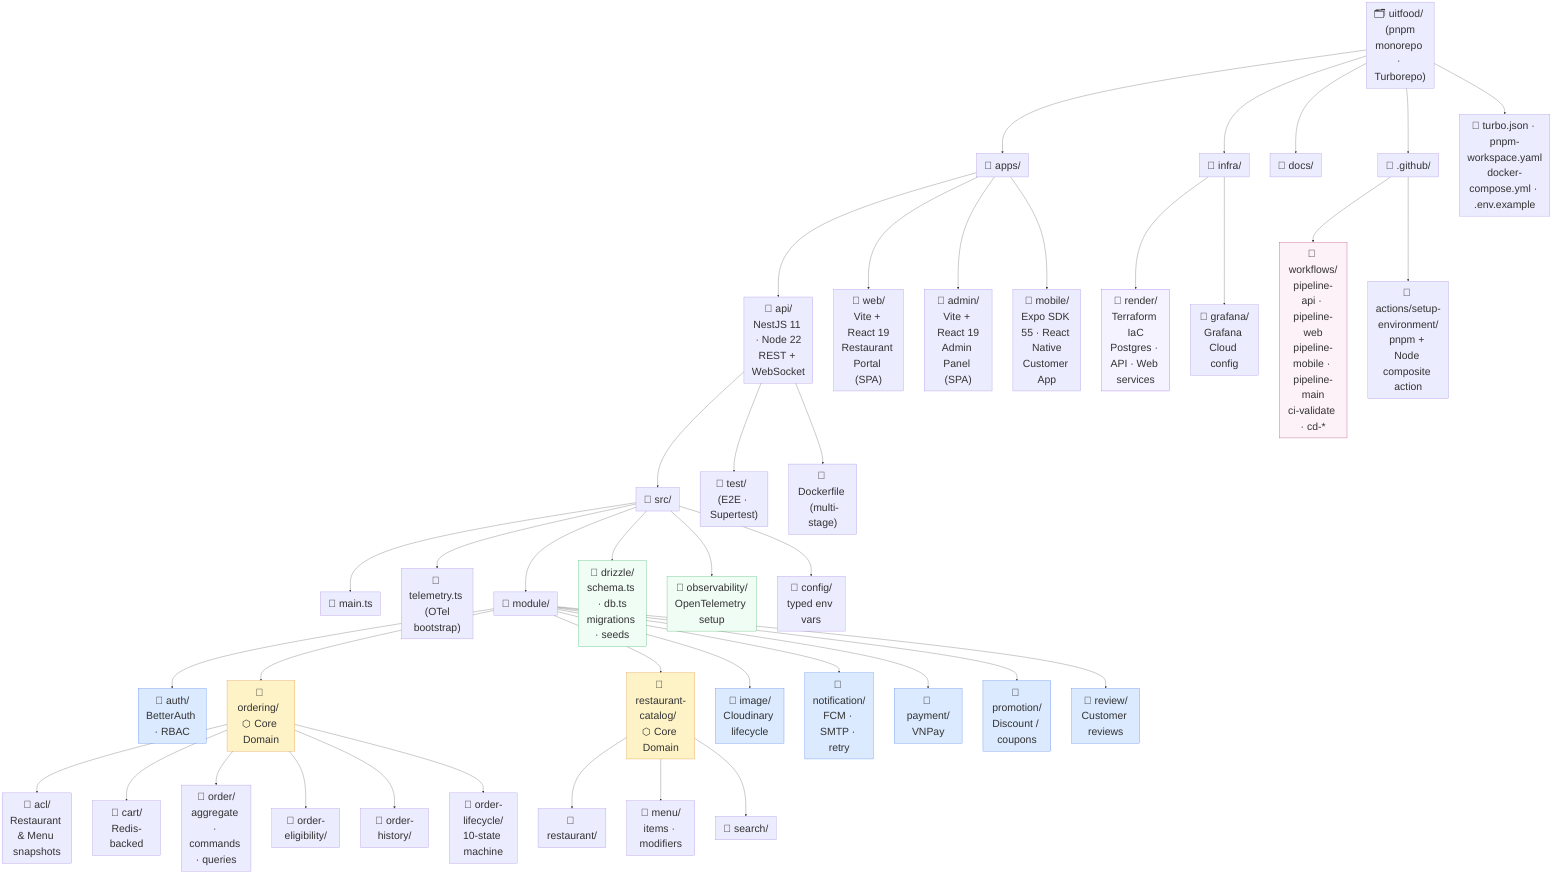
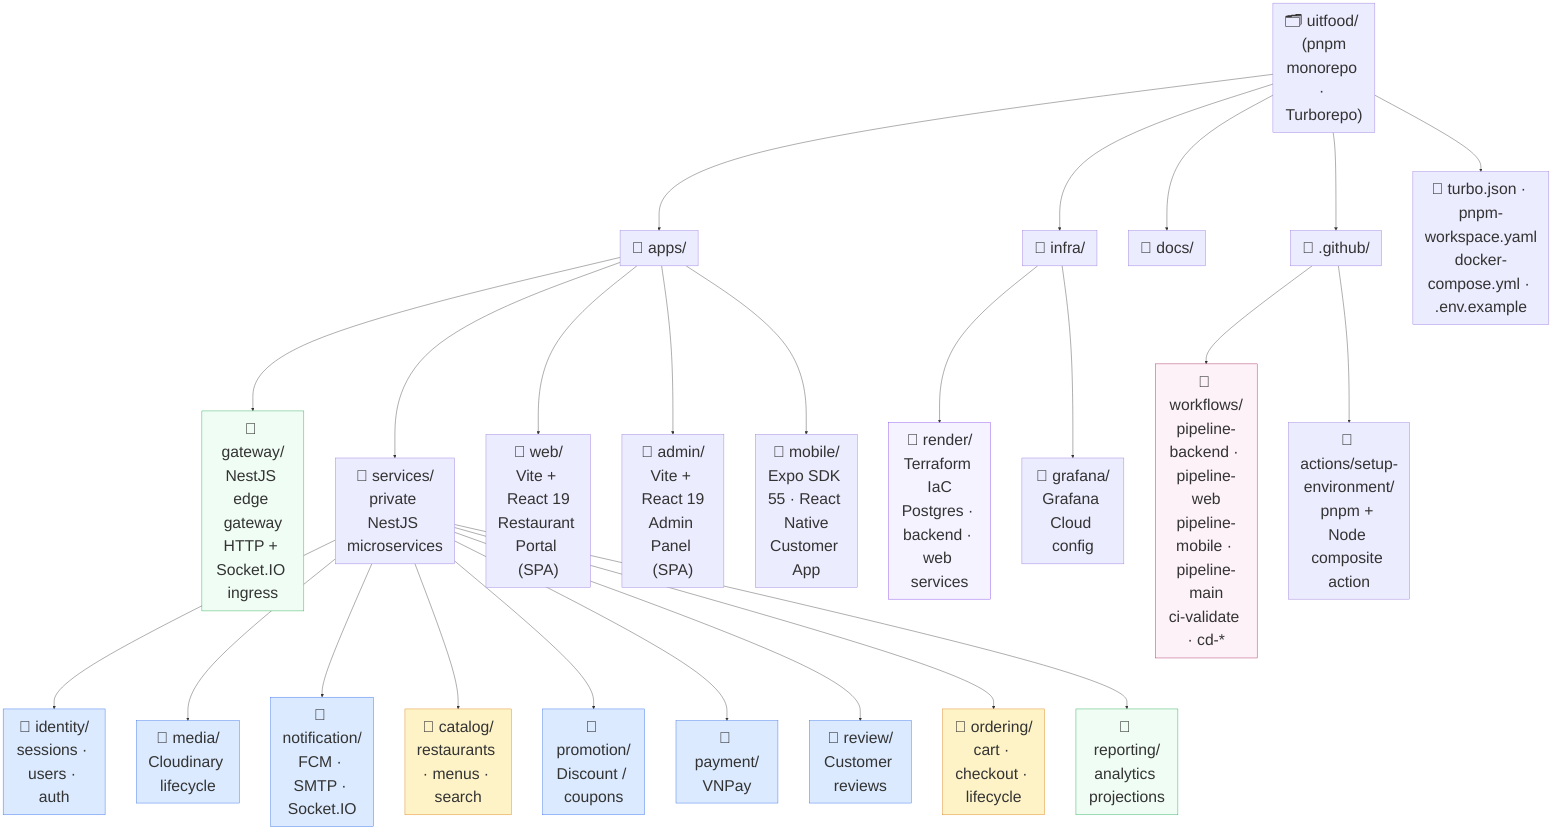
%%{init: {"theme": "default", "themeVariables": {"fontSize": "40px", "fontFamily": "arial"}, "flowchart": {"subGraphTitleMargin": {"top": 60, "bottom": 10}, "nodeSpacing": 80, "rankSpacing": 100}}}%%
graph TD
    ROOT["🗂️ uitfood/  (pnpm monorepo · Turborepo)"]

    ROOT --> APPS["📁 apps/"]
    ROOT --> INFRA["📁 infra/"]
    ROOT --> DOCS["📁 docs/"]
    ROOT --> GH["📁 .github/"]
    ROOT --> CFG_FILES["📄 turbo.json · pnpm-workspace.yaml\ndocker-compose.yml · .env.example"]

    %% ── apps ──────────────────────────────────────────
-     APPS --> API["📁 api/\nNestJS 11 · Node 22\nREST + WebSocket"]
+     APPS --> GATEWAY["📁 gateway/\nNestJS edge gateway\nHTTP + Socket.IO ingress"]
+     APPS --> SERVICES["📁 services/\nprivate NestJS microservices"]
    APPS --> WEB["📁 web/\nVite + React 19\nRestaurant Portal (SPA)"]
    APPS --> ADMIN["📁 admin/\nVite + React 19\nAdmin Panel (SPA)"]
    APPS --> MOBILE["📁 mobile/\nExpo SDK 55 · React Native\nCustomer App"]

-     %% ── api internals ─────────────────────────────────
-     API --> SRC["📁 src/"]
-     API --> TEST["📁 test/  (E2E · Supertest)"]
-     API --> DOCKERFILE["📄 Dockerfile  (multi-stage)"]
- 
-     SRC --> MAIN["📄 main.ts"]
-     SRC --> TELE["📄 telemetry.ts  (OTel bootstrap)"]
-     SRC --> MODULE["📁 module/"]
-     SRC --> DRIZZLE_DIR["📁 drizzle/\nschema.ts · db.ts\nmigrations · seeds"]
-     SRC --> OBS["📁 observability/\nOpenTelemetry setup"]
-     SRC --> CFG_DIR["📁 config/\ntyped env vars"]
- 
-     MODULE --> AUTH_M["📁 auth/\nBetterAuth · RBAC"]
-     MODULE --> ORDERING_M["📁 ordering/  ⬡ Core Domain"]
-     MODULE --> RESTCAT_M["📁 restaurant-catalog/  ⬡ Core Domain"]
-     MODULE --> IMAGE_M["📁 image/\nCloudinary lifecycle"]
-     MODULE --> NOTIF_M["📁 notification/\nFCM · SMTP · retry"]
-     MODULE --> PAY_M["📁 payment/\nVNPay"]
-     MODULE --> PROMO_M["📁 promotion/\nDiscount / coupons"]
-     MODULE --> REV_M["📁 review/\nCustomer reviews"]
- 
-     ORDERING_M --> ACL["📁 acl/\nRestaurant & Menu snapshots"]
-     ORDERING_M --> CART["📁 cart/\nRedis-backed"]
-     ORDERING_M --> ORDER["📁 order/\naggregate · commands · queries"]
-     ORDERING_M --> ELIGIBILITY["📁 order-eligibility/"]
-     ORDERING_M --> HISTORY["📁 order-history/"]
-     ORDERING_M --> LIFECYCLE["📁 order-lifecycle/\n10-state machine"]
- 
-     RESTCAT_M --> RESTAURANT["📁 restaurant/"]
-     RESTCAT_M --> MENU["📁 menu/\nitems · modifiers"]
-     RESTCAT_M --> SEARCH["📁 search/"]
+     %% ── backend services ─────────────────────────────────
+     SERVICES --> IDENTITY_M["📁 identity/\nsessions · users · auth"]
+     SERVICES --> MEDIA_M["📁 media/\nCloudinary lifecycle"]
+     SERVICES --> NOTIF_M["📁 notification/\nFCM · SMTP · Socket.IO"]
+     SERVICES --> CATALOG_M["📁 catalog/\nrestaurants · menus · search"]
+     SERVICES --> PROMO_M["📁 promotion/\nDiscount / coupons"]
+     SERVICES --> PAY_M["📁 payment/\nVNPay"]
+     SERVICES --> REV_M["📁 review/\nCustomer reviews"]
+     SERVICES --> ORDERING_M["📁 ordering/\ncart · checkout · lifecycle"]
+     SERVICES --> REPORTING_M["📁 reporting/\nanalytics projections"]

    %% ── infra ─────────────────────────────────────────
-     INFRA --> RENDER_TF["📁 render/\nTerraform IaC\nPostgres · API · Web services"]
+     INFRA --> RENDER_TF["📁 render/\nTerraform IaC\nPostgres · backend · web services"]
    INFRA --> GRAFANA_CFG["📁 grafana/\nGrafana Cloud config"]

    %% ── .github ───────────────────────────────────────
-     GH --> WORKFLOWS["📁 workflows/\npipeline-api · pipeline-web\npipeline-mobile · pipeline-main\nci-validate · cd-*"]
+     GH --> WORKFLOWS["📁 workflows/\npipeline-backend · pipeline-web\npipeline-mobile · pipeline-main\nci-validate · cd-*"]
    GH --> ACTIONS["📁 actions/setup-environment/\npnpm + Node composite action"]

    %% ── styles ────────────────────────────────────────
    style ORDERING_M fill:#fef3c7,stroke:#d97706
-     style RESTCAT_M  fill:#fef3c7,stroke:#d97706
-     style AUTH_M     fill:#dbeafe,stroke:#2563eb
+     style CATALOG_M  fill:#fef3c7,stroke:#d97706
+     style IDENTITY_M fill:#dbeafe,stroke:#2563eb
    style PAY_M      fill:#dbeafe,stroke:#2563eb
-     style IMAGE_M    fill:#dbeafe,stroke:#2563eb
+     style MEDIA_M    fill:#dbeafe,stroke:#2563eb
    style NOTIF_M    fill:#dbeafe,stroke:#2563eb
    style PROMO_M    fill:#dbeafe,stroke:#2563eb
    style REV_M      fill:#dbeafe,stroke:#2563eb
-     style DRIZZLE_DIR fill:#f0fdf4,stroke:#16a34a
-     style OBS        fill:#f0fdf4,stroke:#16a34a
+     style REPORTING_M fill:#f0fdf4,stroke:#16a34a
+     style GATEWAY    fill:#f0fdf4,stroke:#16a34a
    style RENDER_TF  fill:#f5f3ff,stroke:#7c3aed
    style WORKFLOWS  fill:#fdf2f8,stroke:#9d174d
